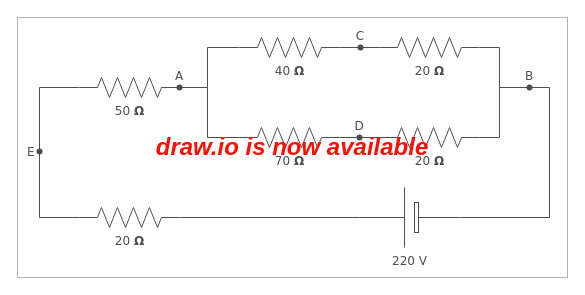
Before: Common/doc/docgen/media/test.drawio in testdrive-profiling-master/profiles, a draw.io diagram. Source tidied: cells renumbered, new cells numbered last; positions are measured from the earlier drawing's top-left corner, leaving out a move shared by most shapes. Both pictures are drawn from the tidied source at 100%, with x=0, y=0 at pixel (17, 17).
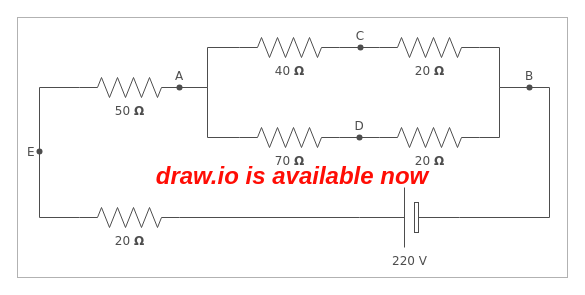
The same diagram, later.

What changed in the source:
```diff
@@
-    <mxCell id="26" value="&lt;b style=&quot;font-size: 24px;&quot;&gt;&lt;font style=&quot;font-size: 24px;&quot;&gt;draw.io is now available&lt;/font&gt;&lt;/b&gt;" style="rounded=0;whiteSpace=wrap;html=1;gradientColor=none;opacity=30;fontStyle=2;fontColor=#FF0D05;fontSize=24;" parent="1" vertex="1">
+    <mxCell id="26" value="&lt;div&gt;&lt;b style=&quot;font-size: 24px;&quot;&gt;&lt;font style=&quot;font-size: 24px;&quot;&gt;&lt;br&gt;&lt;/font&gt;&lt;/b&gt;&lt;/div&gt;&lt;b style=&quot;font-size: 24px;&quot;&gt;&lt;font style=&quot;font-size: 24px;&quot;&gt;&lt;div&gt;&lt;b style=&quot;font-size: 24px;&quot;&gt;&lt;font style=&quot;font-size: 24px;&quot;&gt;&lt;br&gt;&lt;/font&gt;&lt;/b&gt;&lt;/div&gt;draw.io is available now&lt;/font&gt;&lt;/b&gt;" style="rounded=0;whiteSpace=wrap;html=1;gradientColor=none;opacity=30;fontStyle=2;fontColor=#FF0D05;fontSize=24;" parent="1" vertex="1">
       <mxGeometry width="550" height="260" as="geometry" />
     </mxCell>
```
